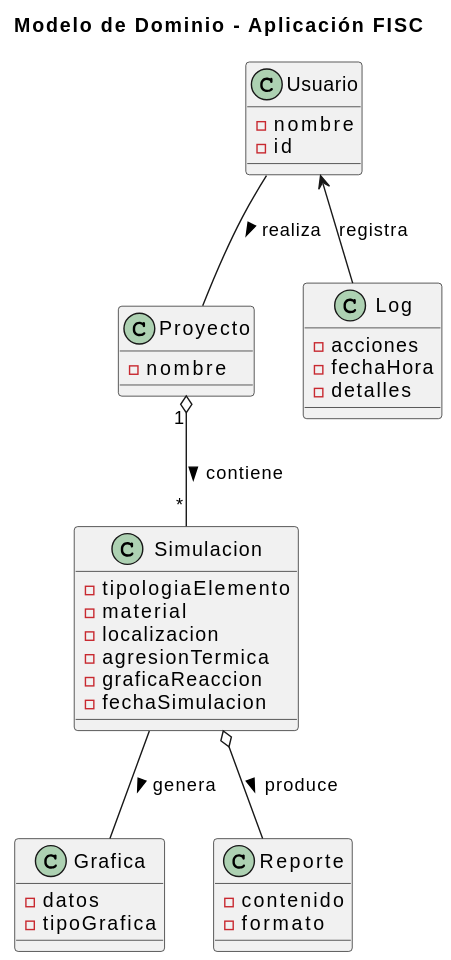
Above: imagenes/modelosUML/diagramaClases.svg in mmasias/23-24-IdSw1-SDR (PlantUML), before the change.
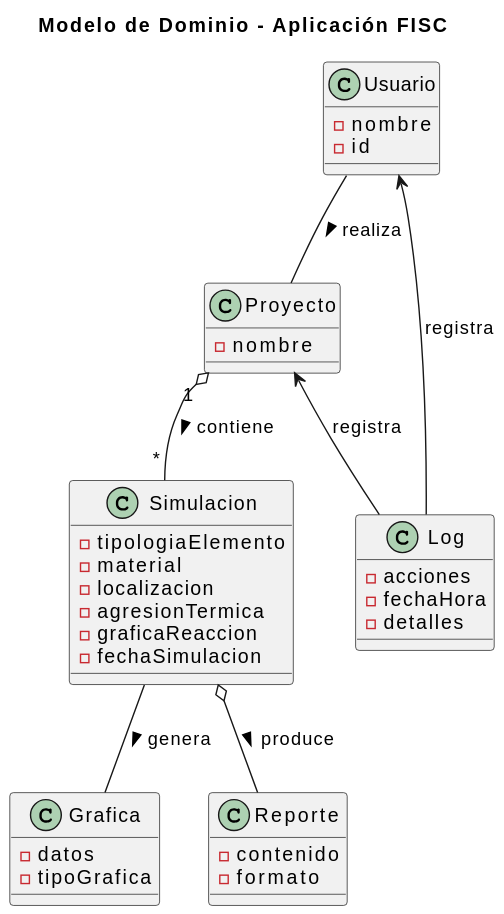
Above is the later version.

Commit message:
arreglos diagrama de objetos y estados

What changed in the source:
```diff
@@ -40,4 +40,5 @@
 Simulacion -- Grafica : "genera >"
 Simulacion o-- Reporte : "produce >"
 Usuario <-- Log : "registra"
+Proyecto <-- Log : "registra"
 @enduml
```
